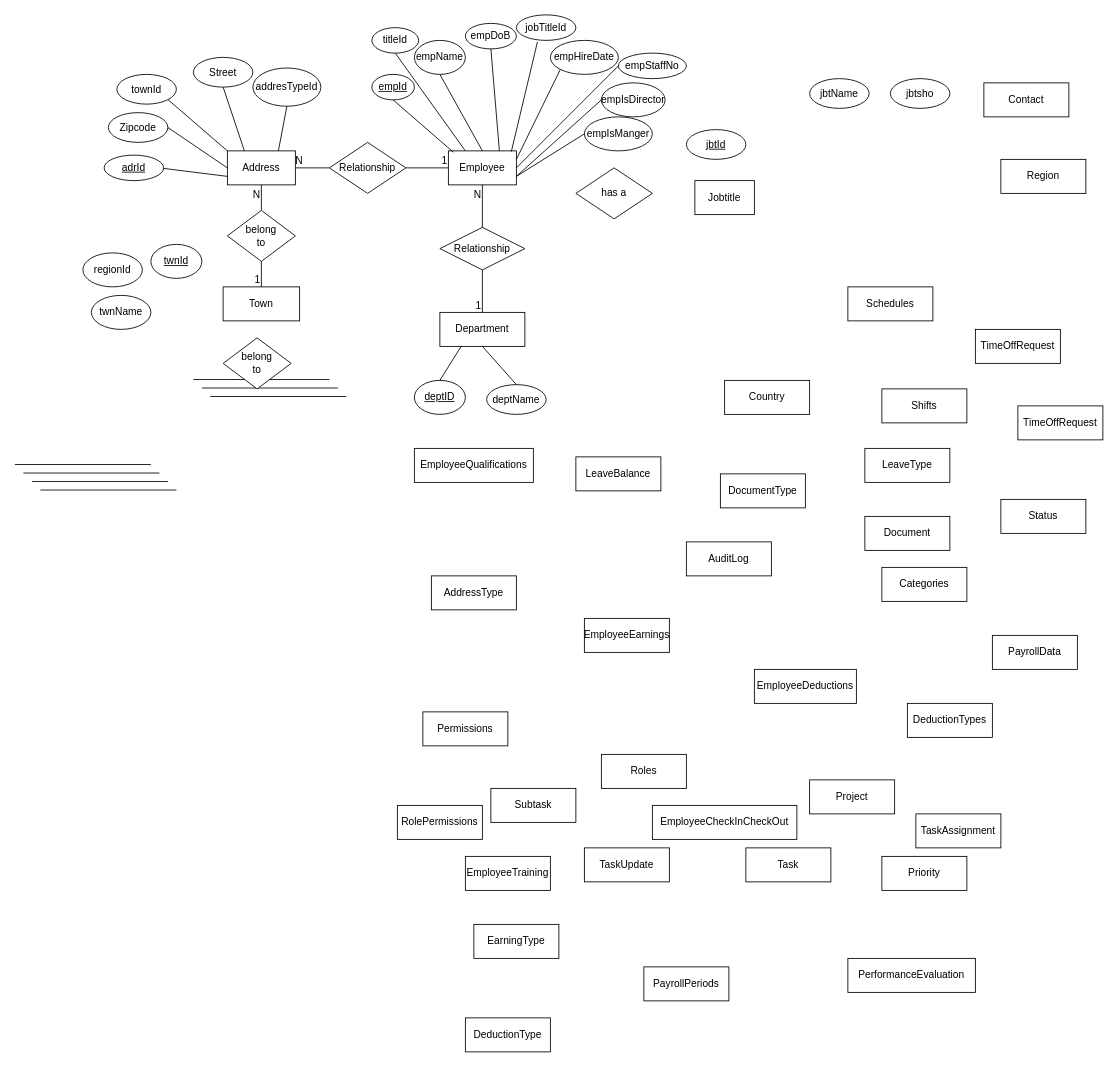
Adjanour/AfricodaHMS keeps this draw.io diagram as devsolutions.drawio. Above is the earlier version. Source tidied: cells renumbered, new cells numbered last; positions are measured from the earlier drawing's top-left corner, leaving out a move shared by most shapes. Both pictures are drawn from the tidied source at 85%, with x=0, y=0 at pixel (14, 14).
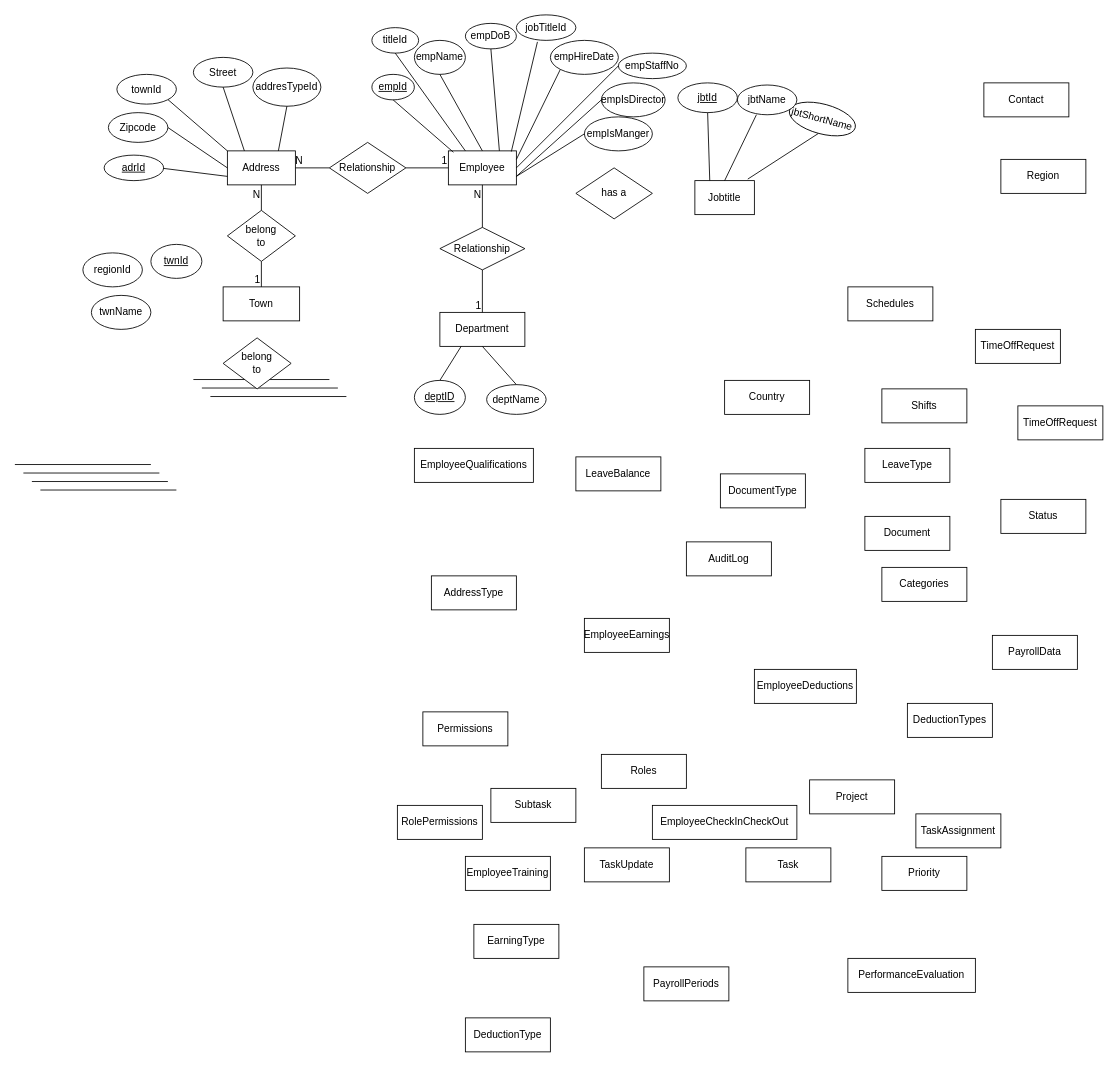
The same page after the edit.

The change refers to these unchanged cells:
```xml
<mxCell id="9" value="Jobtitle" style="whiteSpace=wrap;html=1;align=center;" parent="1" vertex="1">
  <mxGeometry x="800" y="195" width="70" height="40" as="geometry" />
</mxCell>
```

The edit, as a diff of the source:
```diff
@@
-    <mxCell id="68" value="jbtsho" style="ellipse;whiteSpace=wrap;html=1;align=center;" parent="1" vertex="1">
-      <mxGeometry x="1030" y="75" width="70" height="35" as="geometry" />
+    <mxCell id="68" value="jbtShortName" style="ellipse;whiteSpace=wrap;html=1;align=center;rotation=15;" parent="1" vertex="1">
+      <mxGeometry x="910" y="105" width="80" height="35" as="geometry" />
     </mxCell>
     <mxCell id="69" value="jbtName" style="ellipse;whiteSpace=wrap;html=1;align=center;" parent="1" vertex="1">
-      <mxGeometry x="935" y="75" width="70" height="35" as="geometry" />
+      <mxGeometry x="850" y="82.5" width="70" height="35" as="geometry" />
     </mxCell>
@@
     <mxCell id="74" value="&lt;u&gt;jbtId&lt;/u&gt;" style="ellipse;whiteSpace=wrap;html=1;align=center;" parent="1" vertex="1">
-      <mxGeometry x="790" y="135" width="70" height="35" as="geometry" />
+      <mxGeometry x="780" y="80" width="70" height="35" as="geometry" />
     </mxCell>
@@
+    <mxCell id="104" style="endArrow=none;html=1;rounded=0;entryX=0.5;entryY=1;entryDx=0;entryDy=0;exitX=0.25;exitY=0;exitDx=0;exitDy=0;" parent="1" edge="1" source="9" target="74">
+      <mxGeometry relative="1" as="geometry" />
+    </mxCell>
+    <mxCell id="105" style="endArrow=none;html=1;rounded=0;entryX=0.32;entryY=1;entryDx=0;entryDy=0;entryPerimeter=0;exitX=0.5;exitY=0;exitDx=0;exitDy=0;" parent="1" edge="1" source="9" target="69">
+      <mxGeometry relative="1" as="geometry" />
+    </mxCell>
+    <mxCell id="106" style="endArrow=none;html=1;rounded=0;entryX=0.5;entryY=1;entryDx=0;entryDy=0;exitX=0.889;exitY=-0.045;exitDx=0;exitDy=0;exitPerimeter=0;" parent="1" edge="1" source="9" target="68">
+      <mxGeometry relative="1" as="geometry" />
+    </mxCell>
```
